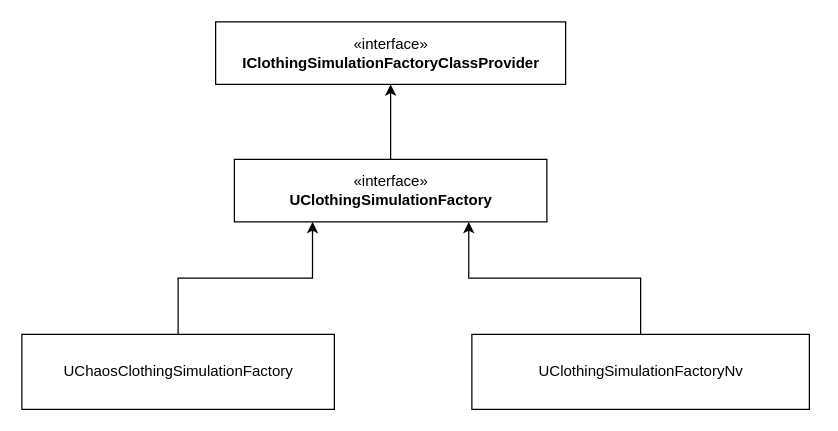
The draw.io diagram ChaosCloth.drawio in wxhaooo/UE4-Beginner-Guide, before the edit. Source tidied: cells renumbered, new cells numbered last; positions are measured from the earlier drawing's top-left corner, leaving out a move shared by most shapes. Both pictures are drawn from the tidied source at 125%, with x=0, y=0 at pixel (21, 21).
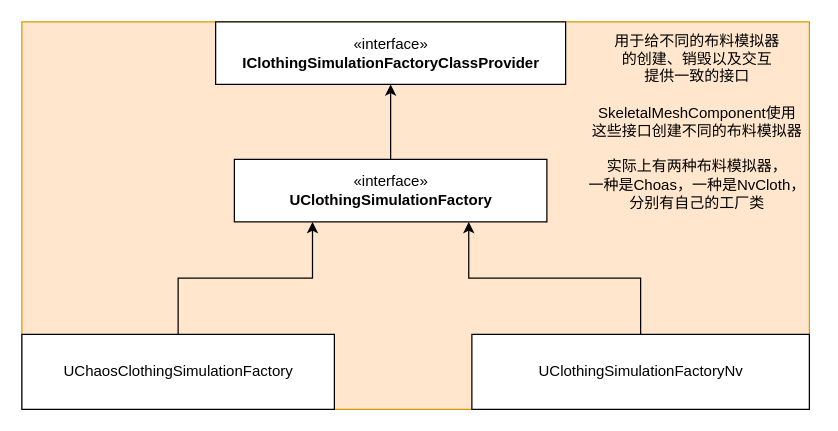
Above is the later version.

The edit, as a diff of the source:
```diff
@@
 <mxGraphModel>
   <root>
     <mxCell id="0" />
     <mxCell id="1" parent="0" />
-    <mxCell id="2" style="edgeStyle=orthogonalEdgeStyle;rounded=0;jettySize=auto;html=1;exitX=0.5;exitY=0;exitDx=0;exitDy=0;entryX=0.5;entryY=1;entryDx=0;entryDy=0;" parent="1" edge="1" source="3" target="4">
-      <mxGeometry relative="1" as="geometry" />
-    </mxCell>
+    <mxCell id="9" style="group;fillColor=#ffe6cc;strokeColor=#d79b00;" parent="1" vertex="1">
+      <mxGeometry width="630" height="310" as="geometry" />
+    </mxCell>
-    <mxCell id="3" value="«interface»&lt;br&gt;&lt;b&gt;UClothingSimulationFactory&lt;/b&gt;" style="html=1;" parent="1" vertex="1">
+    <mxCell id="3" value="«interface»&lt;br&gt;&lt;b&gt;UClothingSimulationFactory&lt;/b&gt;" style="html=1;" parent="9" vertex="1">
       <mxGeometry x="170" y="110" width="250" height="50" as="geometry" />
     </mxCell>
-    <mxCell id="4" value="«interface»&lt;br&gt;&lt;b&gt;IClothingSimulationFactoryClassProvider&lt;/b&gt;" style="html=1;" parent="1" vertex="1">
+    <mxCell id="4" value="«interface»&lt;br&gt;&lt;b&gt;IClothingSimulationFactoryClassProvider&lt;/b&gt;" style="html=1;" parent="9" vertex="1">
       <mxGeometry x="155" width="280" height="50" as="geometry" />
     </mxCell>
+    <mxCell id="2" style="edgeStyle=orthogonalEdgeStyle;rounded=0;jettySize=auto;html=1;exitX=0.5;exitY=0;exitDx=0;exitDy=0;entryX=0.5;entryY=1;entryDx=0;entryDy=0;" parent="9" edge="1" source="3" target="4">
+      <mxGeometry relative="1" as="geometry" />
+    </mxCell>
-    <mxCell id="5" style="edgeStyle=orthogonalEdgeStyle;rounded=0;jettySize=auto;html=1;exitX=0.5;exitY=0;exitDx=0;exitDy=0;entryX=0.25;entryY=1;entryDx=0;entryDy=0;" parent="1" edge="1" source="6" target="3">
+    <mxCell id="5" style="edgeStyle=orthogonalEdgeStyle;rounded=0;jettySize=auto;html=1;exitX=0.5;exitY=0;exitDx=0;exitDy=0;entryX=0.25;entryY=1;entryDx=0;entryDy=0;" parent="9" edge="1" source="6" target="3">
       <mxGeometry relative="1" as="geometry" />
     </mxCell>
-    <mxCell id="6" value="UChaosClothingSimulationFactory" style="html=1;" parent="1" vertex="1">
+    <mxCell id="6" value="UChaosClothingSimulationFactory" style="html=1;" parent="9" vertex="1">
       <mxGeometry y="250" width="250" height="60" as="geometry" />
     </mxCell>
-    <mxCell id="7" style="edgeStyle=orthogonalEdgeStyle;rounded=0;jettySize=auto;html=1;entryX=0.75;entryY=1;entryDx=0;entryDy=0;" parent="1" edge="1" source="8" target="3">
+    <mxCell id="7" style="edgeStyle=orthogonalEdgeStyle;rounded=0;jettySize=auto;html=1;entryX=0.75;entryY=1;entryDx=0;entryDy=0;" parent="9" edge="1" source="8" target="3">
       <mxGeometry relative="1" as="geometry" />
     </mxCell>
-    <mxCell id="8" value="UClothingSimulationFactoryNv" style="html=1;" parent="1" vertex="1">
+    <mxCell id="8" value="UClothingSimulationFactoryNv" style="html=1;" parent="9" vertex="1">
       <mxGeometry x="360" y="250" width="270" height="60" as="geometry" />
     </mxCell>
+    <mxCell id="10" value="用于给不同的布料模拟器&lt;br&gt;的创建、销毁以及交互&lt;br&gt;提供一致的接口&lt;br&gt;&lt;br&gt;SkeletalMeshComponent使用&lt;br&gt;这些接口创建不同的布料模拟器&lt;br&gt;&lt;br&gt;实际上有两种布料模拟器，&lt;br&gt;一种是Choas，一种是NvCloth，&lt;br&gt;分别有自己的工厂类" style="text;html=1;align=center;verticalAlign=middle;strokeColor=none;fillColor=none;" parent="1" vertex="1">
+      <mxGeometry x="445" y="5" width="190" height="150" as="geometry" />
+    </mxCell>
   </root>
 </mxGraphModel>
```
